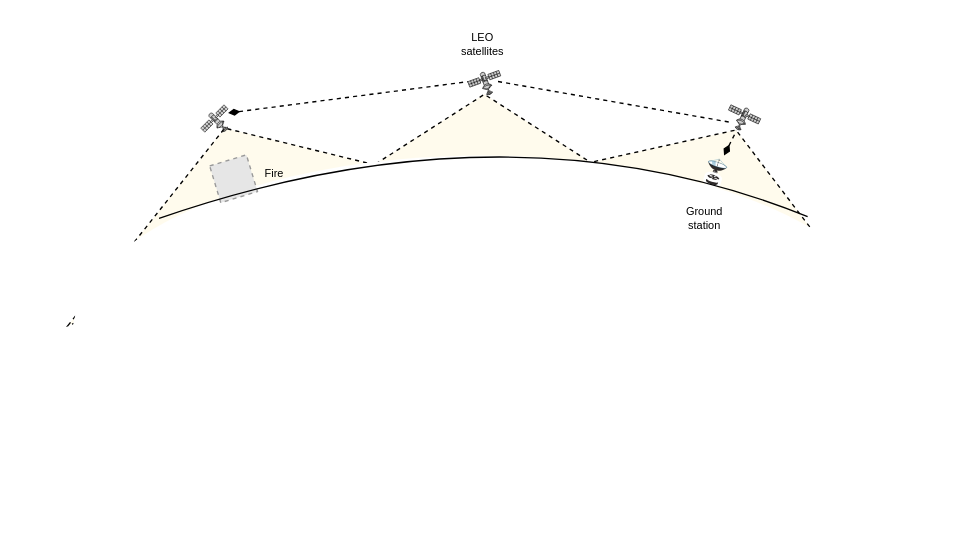
Mast3rwaf1z/p4 keeps this draw.io diagram as Topology scenario 3.drawio. Above is the earlier version. Source tidied: cells renumbered, new cells numbered last; positions are measured from the earlier drawing's top-left corner, leaving out a move shared by most shapes. Both pictures are drawn from the tidied source at 137%, with x=0, y=0 at pixel (71, -51). Pictures stored in the file or linked from it are replaced by grey dashed boxes.
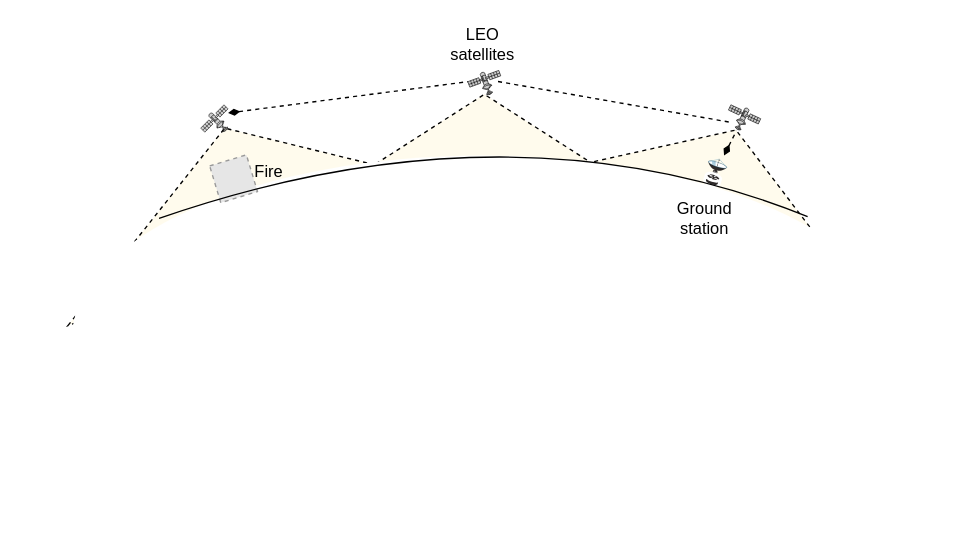
Above is the later version.

Commit message:
Increased text size

The edit, as a diff of the source:
```diff
@@
-    <mxCell id="12" value="&lt;font style=&quot;font-size: 8px&quot;&gt;Fire&lt;/font&gt;" style="text;html=1;strokeColor=none;fillColor=none;align=center;verticalAlign=middle;whiteSpace=wrap;rounded=0;" parent="1" vertex="1">
-      <mxGeometry x="118" y="147" width="60" height="30" as="geometry" />
+    <mxCell id="12" value="&lt;font style=&quot;font-size: 12px&quot;&gt;Fire&lt;/font&gt;" style="text;html=1;strokeColor=none;fillColor=none;align=center;verticalAlign=middle;whiteSpace=wrap;rounded=0;" parent="1" vertex="1">
+      <mxGeometry x="114" y="147" width="60" height="30" as="geometry" />
     </mxCell>
@@
-    <mxCell id="14" value="Ground&lt;br&gt;station" style="text;html=1;strokeColor=none;fillColor=none;align=center;verticalAlign=middle;whiteSpace=wrap;rounded=0;fontSize=8;" parent="1" vertex="1">
+    <mxCell id="14" value="&lt;font style=&quot;font-size: 12px&quot;&gt;Ground&lt;br&gt;station&lt;/font&gt;" style="text;html=1;strokeColor=none;fillColor=none;align=center;verticalAlign=middle;whiteSpace=wrap;rounded=0;fontSize=8;" parent="1" vertex="1">
       <mxGeometry x="432" y="181" width="60" height="30" as="geometry" />
     </mxCell>
-    <mxCell id="15" value="&lt;div&gt;LEO&lt;/div&gt;&lt;div&gt;satellites&lt;br&gt;&lt;/div&gt;" style="text;html=1;strokeColor=none;fillColor=none;align=center;verticalAlign=middle;whiteSpace=wrap;rounded=0;fontSize=8;" parent="1" vertex="1">
+    <mxCell id="15" value="&lt;div style=&quot;font-size: 12px&quot;&gt;&lt;font style=&quot;font-size: 12px&quot;&gt;LEO&lt;/font&gt;&lt;/div&gt;&lt;div style=&quot;font-size: 12px&quot;&gt;&lt;font style=&quot;font-size: 12px&quot;&gt;satellites&lt;br&gt;&lt;/font&gt;&lt;/div&gt;" style="text;html=1;strokeColor=none;fillColor=none;align=center;verticalAlign=middle;whiteSpace=wrap;rounded=0;fontSize=8;" parent="1" vertex="1">
       <mxGeometry x="270" y="54" width="60" height="30" as="geometry" />
     </mxCell>
```
